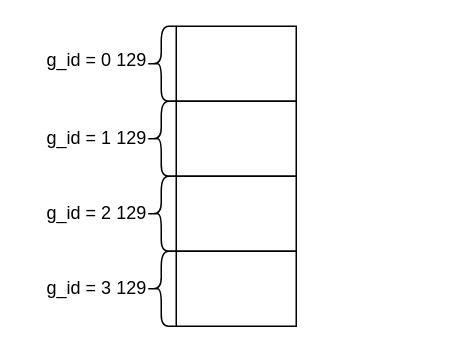
youzjuer/study keeps this draw.io diagram as deepgemm.drawio. Above is the earlier version. Source tidied: cells renumbered, new cells numbered last; positions are measured from the earlier drawing's top-left corner, leaving out a move shared by most shapes. Both pictures are drawn from the tidied source at 150%, with x=0, y=0 at pixel (26, 26).
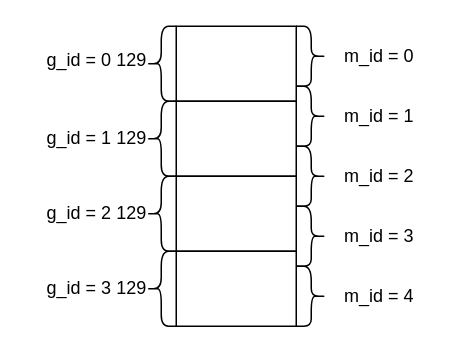
Above is the later version.

Diff of the diagram source:
```diff
@@
+    <mxCell id="18" style="shape=curlyBracket;whiteSpace=wrap;html=1;rounded=1;flipH=1;labelPosition=right;verticalLabelPosition=middle;align=left;verticalAlign=middle;" parent="1" vertex="1">
+      <mxGeometry x="180" width="20" height="40" as="geometry" />
+    </mxCell>
+    <mxCell id="19" value="m_id = 0" style="text;html=1;align=center;verticalAlign=middle;strokeColor=none;fillColor=none;" parent="1" vertex="1">
+      <mxGeometry x="200" y="5" width="70" height="30" as="geometry" />
+    </mxCell>
+    <mxCell id="20" style="shape=curlyBracket;whiteSpace=wrap;html=1;rounded=1;flipH=1;labelPosition=right;verticalLabelPosition=middle;align=left;verticalAlign=middle;" parent="1" vertex="1">
+      <mxGeometry x="180" y="40" width="20" height="40" as="geometry" />
+    </mxCell>
+    <mxCell id="21" value="m_id = 1" style="text;html=1;align=center;verticalAlign=middle;strokeColor=none;fillColor=none;" parent="1" vertex="1">
+      <mxGeometry x="200" y="45" width="70" height="30" as="geometry" />
+    </mxCell>
+    <mxCell id="22" style="shape=curlyBracket;whiteSpace=wrap;html=1;rounded=1;flipH=1;labelPosition=right;verticalLabelPosition=middle;align=left;verticalAlign=middle;" parent="1" vertex="1">
+      <mxGeometry x="180" y="80" width="20" height="40" as="geometry" />
+    </mxCell>
+    <mxCell id="23" value="m_id = 2" style="text;html=1;align=center;verticalAlign=middle;strokeColor=none;fillColor=none;" parent="1" vertex="1">
+      <mxGeometry x="200" y="85" width="70" height="30" as="geometry" />
+    </mxCell>
+    <mxCell id="24" style="shape=curlyBracket;whiteSpace=wrap;html=1;rounded=1;flipH=1;labelPosition=right;verticalLabelPosition=middle;align=left;verticalAlign=middle;" parent="1" vertex="1">
+      <mxGeometry x="180" y="120" width="20" height="40" as="geometry" />
+    </mxCell>
+    <mxCell id="25" value="m_id = 3" style="text;html=1;align=center;verticalAlign=middle;strokeColor=none;fillColor=none;" parent="1" vertex="1">
+      <mxGeometry x="200" y="125" width="70" height="30" as="geometry" />
+    </mxCell>
+    <mxCell id="26" style="shape=curlyBracket;whiteSpace=wrap;html=1;rounded=1;flipH=1;labelPosition=right;verticalLabelPosition=middle;align=left;verticalAlign=middle;" parent="1" vertex="1">
+      <mxGeometry x="180" y="160" width="20" height="40" as="geometry" />
+    </mxCell>
+    <mxCell id="27" value="m_id = 4" style="text;html=1;align=center;verticalAlign=middle;strokeColor=none;fillColor=none;" parent="1" vertex="1">
+      <mxGeometry x="200" y="165" width="70" height="30" as="geometry" />
+    </mxCell>
```
